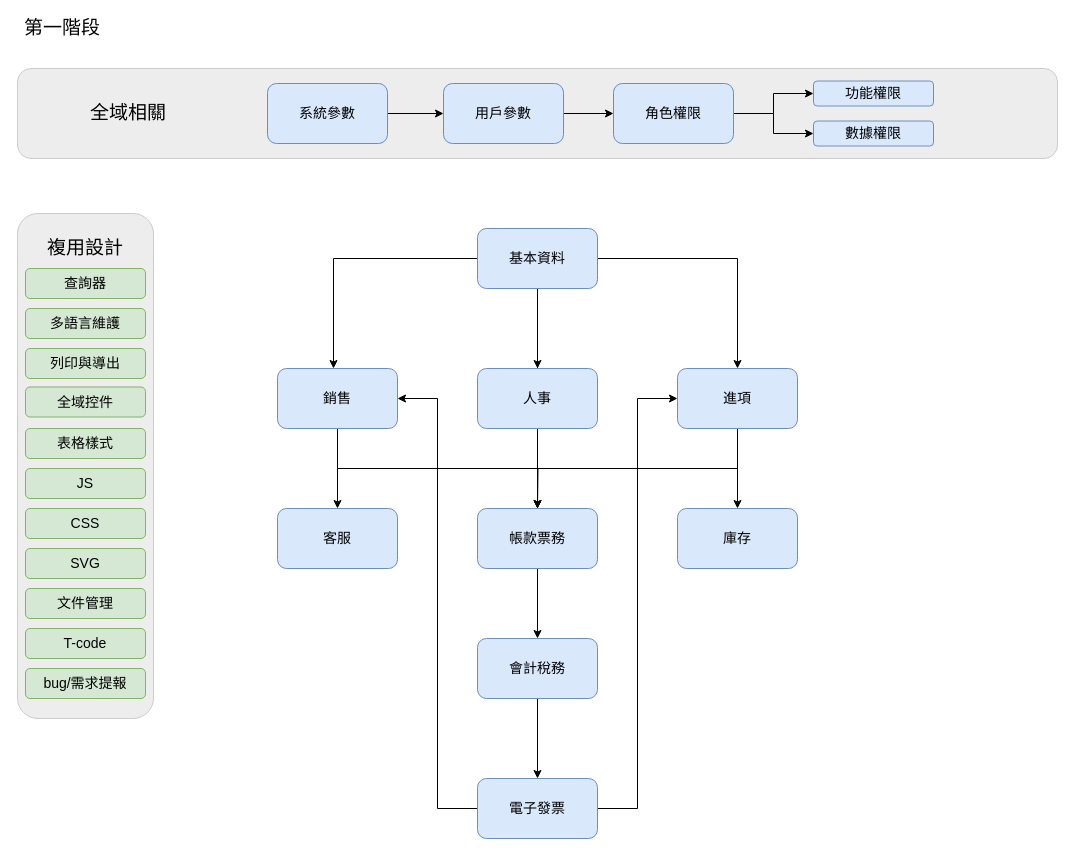
Earlier version of the draw.io diagram fPlus_topModule.drawio (frglobal/documents). Source tidied: cells renumbered, new cells numbered last; positions are measured from the earlier drawing's top-left corner, leaving out a move shared by most shapes. Both pictures are drawn from the tidied source at 100%, with x=0, y=0 at pixel (17, 18).
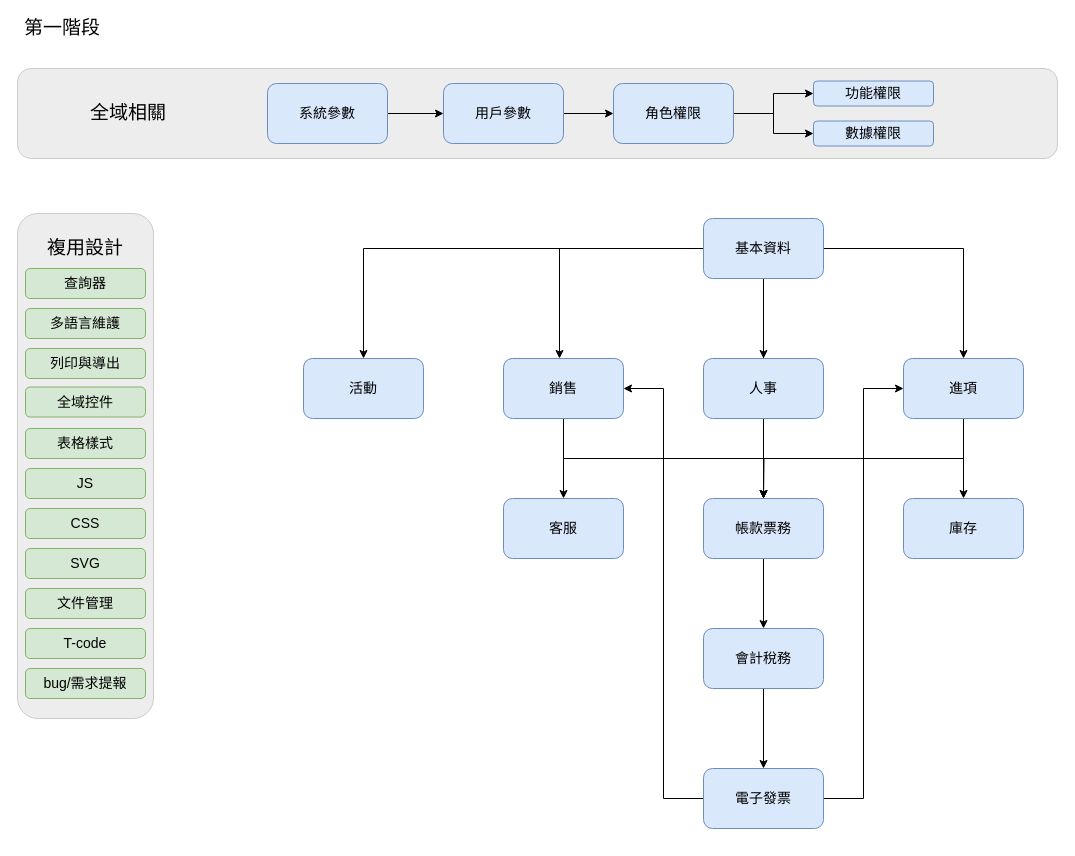
The same diagram, later.

The edit, as a diff of the source:
```diff
@@
     <mxCell id="3" style="edgeStyle=orthogonalEdgeStyle;rounded=0;jettySize=auto;html=1;fontFamily=Noto Sans TC;fontSize=14;" parent="1" edge="1" source="7" target="22">
       <mxGeometry relative="1" as="geometry">
         <Array as="points">
-          <mxPoint x="316" y="240" />
+          <mxPoint x="542" y="230" />
         </Array>
       </mxGeometry>
     </mxCell>
@@
+    <mxCell id="49" style="edgeStyle=orthogonalEdgeStyle;rounded=0;jettySize=auto;html=1;entryX=0.5;entryY=0;entryDx=0;entryDy=0;" parent="1" edge="1" source="7" target="50">
+      <mxGeometry relative="1" as="geometry" />
+    </mxCell>
     <mxCell id="7" value="基本資料" style="rounded=1;whiteSpace=wrap;html=1;fillColor=#dae8fc;strokeColor=#6c8ebf;fontFamily=Noto Sans TC;fontSize=14;" parent="1" vertex="1">
-      <mxGeometry x="460" y="210" width="120" height="60" as="geometry" />
+      <mxGeometry x="686" y="200" width="120" height="60" as="geometry" />
     </mxCell>
     <mxCell id="8" value="人事" style="rounded=1;whiteSpace=wrap;html=1;fillColor=#dae8fc;strokeColor=#6c8ebf;fontFamily=Noto Sans TC;fontSize=14;" parent="1" vertex="1">
-      <mxGeometry x="460" y="350" width="120" height="60" as="geometry" />
+      <mxGeometry x="686" y="340" width="120" height="60" as="geometry" />
     </mxCell>
@@
     <mxCell id="10" value="帳款票務" style="rounded=1;whiteSpace=wrap;html=1;fillColor=#dae8fc;strokeColor=#6c8ebf;fontFamily=Noto Sans TC;fontSize=14;" parent="1" vertex="1">
-      <mxGeometry x="460" y="490" width="120" height="60" as="geometry" />
+      <mxGeometry x="686" y="480" width="120" height="60" as="geometry" />
     </mxCell>
@@
     <mxCell id="12" value="會計稅務" style="rounded=1;whiteSpace=wrap;html=1;fillColor=#dae8fc;strokeColor=#6c8ebf;fontFamily=Noto Sans TC;fontSize=14;" parent="1" vertex="1">
-      <mxGeometry x="460" y="620" width="120" height="60" as="geometry" />
+      <mxGeometry x="686" y="610" width="120" height="60" as="geometry" />
     </mxCell>
@@
     <mxCell id="15" value="電子發票" style="rounded=1;whiteSpace=wrap;html=1;fillColor=#dae8fc;strokeColor=#6c8ebf;fontFamily=Noto Sans TC;fontSize=14;" parent="1" vertex="1">
-      <mxGeometry x="460" y="760" width="120" height="60" as="geometry" />
+      <mxGeometry x="686" y="750" width="120" height="60" as="geometry" />
     </mxCell>
@@
     <mxCell id="17" style="edgeStyle=orthogonalEdgeStyle;rounded=0;jettySize=auto;html=1;exitX=0.5;exitY=1;exitDx=0;exitDy=0;fontFamily=Noto Sans TC;fontSize=14;" parent="1" edge="1" source="18">
       <mxGeometry relative="1" as="geometry">
-        <mxPoint x="520" y="490" as="targetPoint" />
+        <mxPoint x="746" y="480" as="targetPoint" />
       </mxGeometry>
     </mxCell>
     <mxCell id="18" value="進項" style="rounded=1;whiteSpace=wrap;html=1;fillColor=#dae8fc;strokeColor=#6c8ebf;fontFamily=Noto Sans TC;fontSize=14;" parent="1" vertex="1">
-      <mxGeometry x="660" y="350" width="120" height="60" as="geometry" />
+      <mxGeometry x="886" y="340" width="120" height="60" as="geometry" />
     </mxCell>
     <mxCell id="19" value="庫存" style="rounded=1;whiteSpace=wrap;html=1;fillColor=#dae8fc;strokeColor=#6c8ebf;fontFamily=Noto Sans TC;fontSize=14;" parent="1" vertex="1">
-      <mxGeometry x="660" y="490" width="120" height="60" as="geometry" />
+      <mxGeometry x="886" y="480" width="120" height="60" as="geometry" />
     </mxCell>
@@
     <mxCell id="22" value="銷售" style="rounded=1;whiteSpace=wrap;html=1;fillColor=#dae8fc;strokeColor=#6c8ebf;fontFamily=Noto Sans TC;fontSize=14;" parent="1" vertex="1">
-      <mxGeometry x="260" y="350" width="120" height="60" as="geometry" />
+      <mxGeometry x="486" y="340" width="120" height="60" as="geometry" />
     </mxCell>
+    <mxCell id="50" value="活動" style="rounded=1;whiteSpace=wrap;html=1;fillColor=#dae8fc;strokeColor=#6c8ebf;fontFamily=Noto Sans TC;fontSize=14;" parent="1" vertex="1">
+      <mxGeometry x="286" y="340" width="120" height="60" as="geometry" />
+    </mxCell>
@@
     <mxCell id="24" value="客服" style="rounded=1;whiteSpace=wrap;html=1;fillColor=#dae8fc;strokeColor=#6c8ebf;fontFamily=Noto Sans TC;fontSize=14;" parent="1" vertex="1">
-      <mxGeometry x="260" y="490" width="120" height="60" as="geometry" />
+      <mxGeometry x="486" y="480" width="120" height="60" as="geometry" />
     </mxCell>
```
